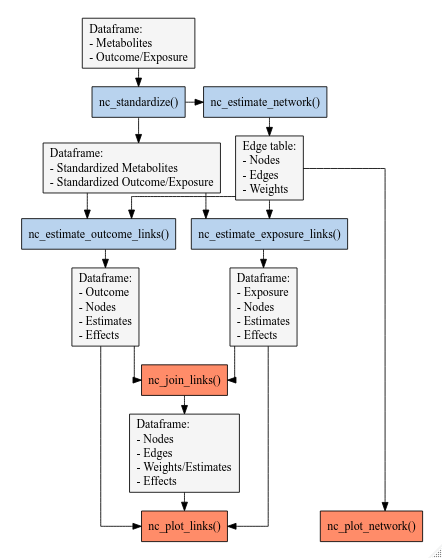
Above: vignettes/nc-diagram-io.png in NetCoupler/NetCoupler (Graphviz), before the change. Its source is kept beside it as vignettes/nc-diagram-io.gv. Source of this version:
```dot
digraph {
    graph [ranksep = 0.3 splines = ortho overlap = true]

    node [group = a shape = box style = filled fillcolor = whitesmoke]
    df_data [label = 'Dataframe:\l- Metabolites\l- Outcome/Exposure\l']
    df_std [label = 'Dataframe:\l- Standardized Metabolites\l- Standardized Outcome/Exposure\l']
    df_edge [label = 'Edge table:\l- Nodes\l- Edges\l- Weights\l']
    df_out_results [label = 'Dataframe:\l- Outcome\l- Nodes\l- Estimates\l- Effects\l']
    df_exp_results [label = 'Dataframe:\l- Exposure\l- Nodes\l- Estimates\l- Effects\l']
    df_joint [label = 'Dataframe:\l- Nodes\l- Edges\l- Weights/Estimates\l- Effects\l']

    node [group = '' shape = box style = filled fillcolor = slategray2]
    fn_std [label = 'nc_standardize()']
    fn_net [label = 'nc_estimate_network()']
    fn_out_links [label = 'nc_estimate_outcome_links()']
    fn_exp_links [label = 'nc_estimate_exposure_links()']

    node [group = '' shape = box style = filled fillcolor = salmon1]
    fn_join [label = 'nc_join_links()']
    fn_plot_network [label = 'nc_plot_network()']
    fn_plot_links [label = 'nc_plot_links()']

    subgraph {
        rank = same
        fn_net; fn_std
    }

    subgraph {
        rank = same
        df_edge; df_std
    }

    subgraph {
        rank = same
        fn_out_links; fn_exp_links
    }

    subgraph {
        rank = same
        fn_plot_network; fn_plot_links
    }

    df_data -> fn_std -> df_std -> {fn_out_links  fn_exp_links}
    fn_out_links -> df_out_results
    fn_exp_links -> df_exp_results
    fn_std -> fn_net -> df_edge -> {fn_out_links fn_exp_links}
    df_edge -> fn_plot_network
    {df_exp_results df_out_results} -> fn_join -> df_joint
    {df_exp_results df_out_results df_joint} -> fn_plot_links
}
```
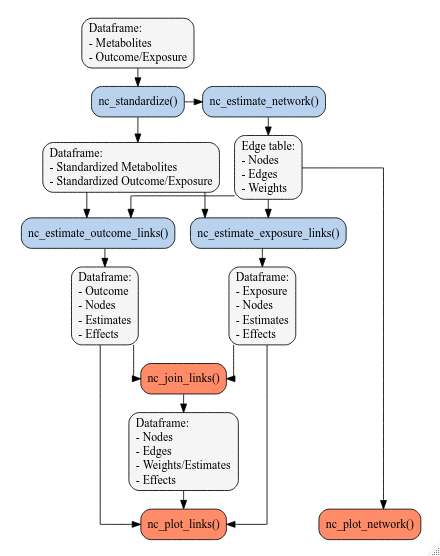
The same file after the commit.

Commit message:
make boxes round for image [skip ci]

What changed in the source:
```diff
@@ -1,7 +1,8 @@
 digraph {
+    # Save using the Export option in RStudio. Dimensions are w=442, h=558
     graph [ranksep = 0.3 splines = ortho overlap = true]
 
-    node [group = a shape = box style = filled fillcolor = whitesmoke]
+    node [group = a shape = box style = 'filled, rounded' fillcolor = whitesmoke]
     df_data [label = 'Dataframe:\l- Metabolites\l- Outcome/Exposure\l']
     df_std [label = 'Dataframe:\l- Standardized Metabolites\l- Standardized Outcome/Exposure\l']
     df_edge [label = 'Edge table:\l- Nodes\l- Edges\l- Weights\l']
@@ -9,13 +10,13 @@
     df_exp_results [label = 'Dataframe:\l- Exposure\l- Nodes\l- Estimates\l- Effects\l']
     df_joint [label = 'Dataframe:\l- Nodes\l- Edges\l- Weights/Estimates\l- Effects\l']
 
-    node [group = '' shape = box style = filled fillcolor = slategray2]
+    node [group = '' shape = box style = 'filled, rounded' fillcolor = slategray2]
     fn_std [label = 'nc_standardize()']
     fn_net [label = 'nc_estimate_network()']
     fn_out_links [label = 'nc_estimate_outcome_links()']
     fn_exp_links [label = 'nc_estimate_exposure_links()']
 
-    node [group = '' shape = box style = filled fillcolor = salmon1]
+    node [group = '' shape = box style = 'filled, rounded' fillcolor = salmon1]
     fn_join [label = 'nc_join_links()']
     fn_plot_network [label = 'nc_plot_network()']
     fn_plot_links [label = 'nc_plot_links()']
```
